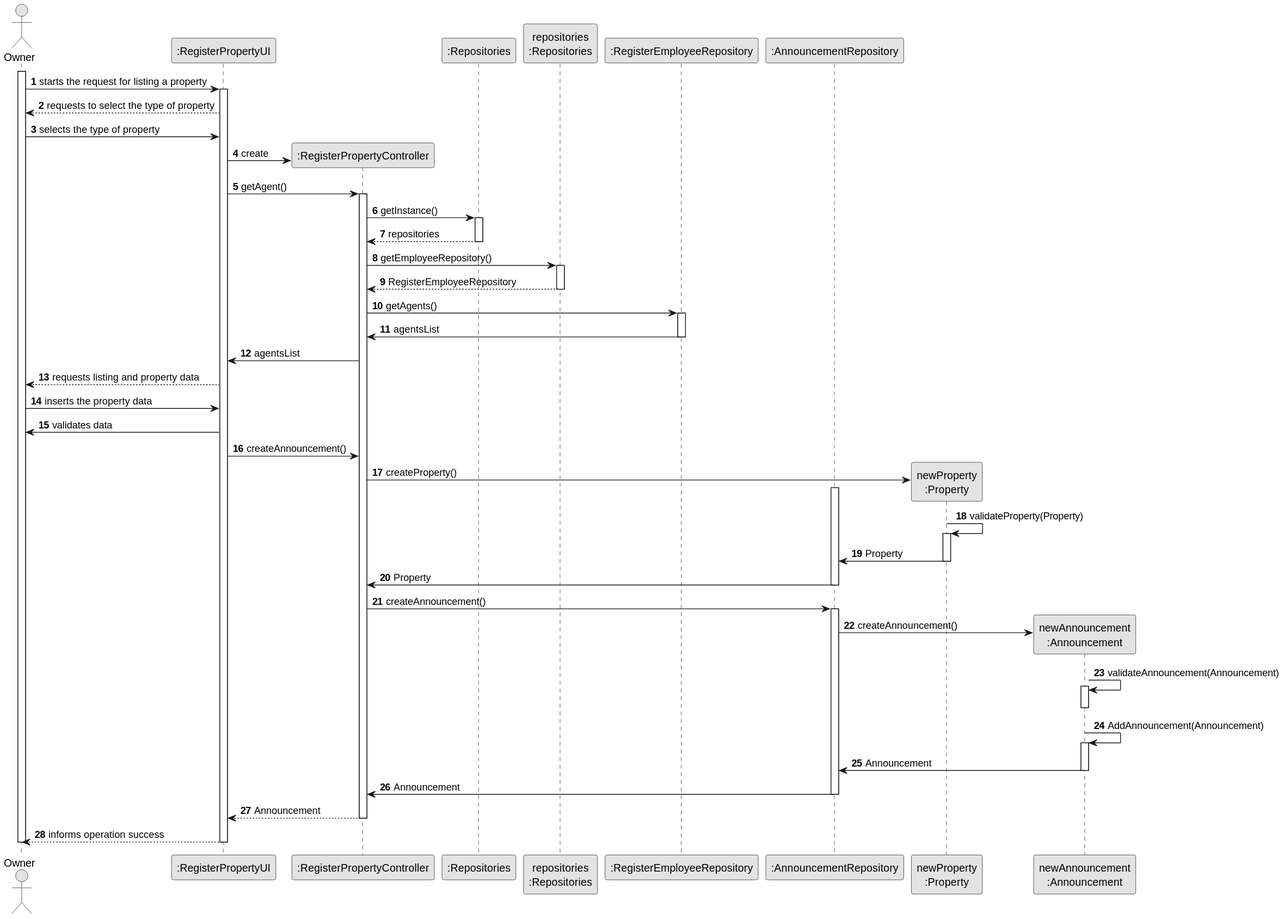
Above: docs/sprintB/US004/03.design/svg/US004-SD.svg in tiagohcorreia/LAPR2 (PlantUML), before the change.
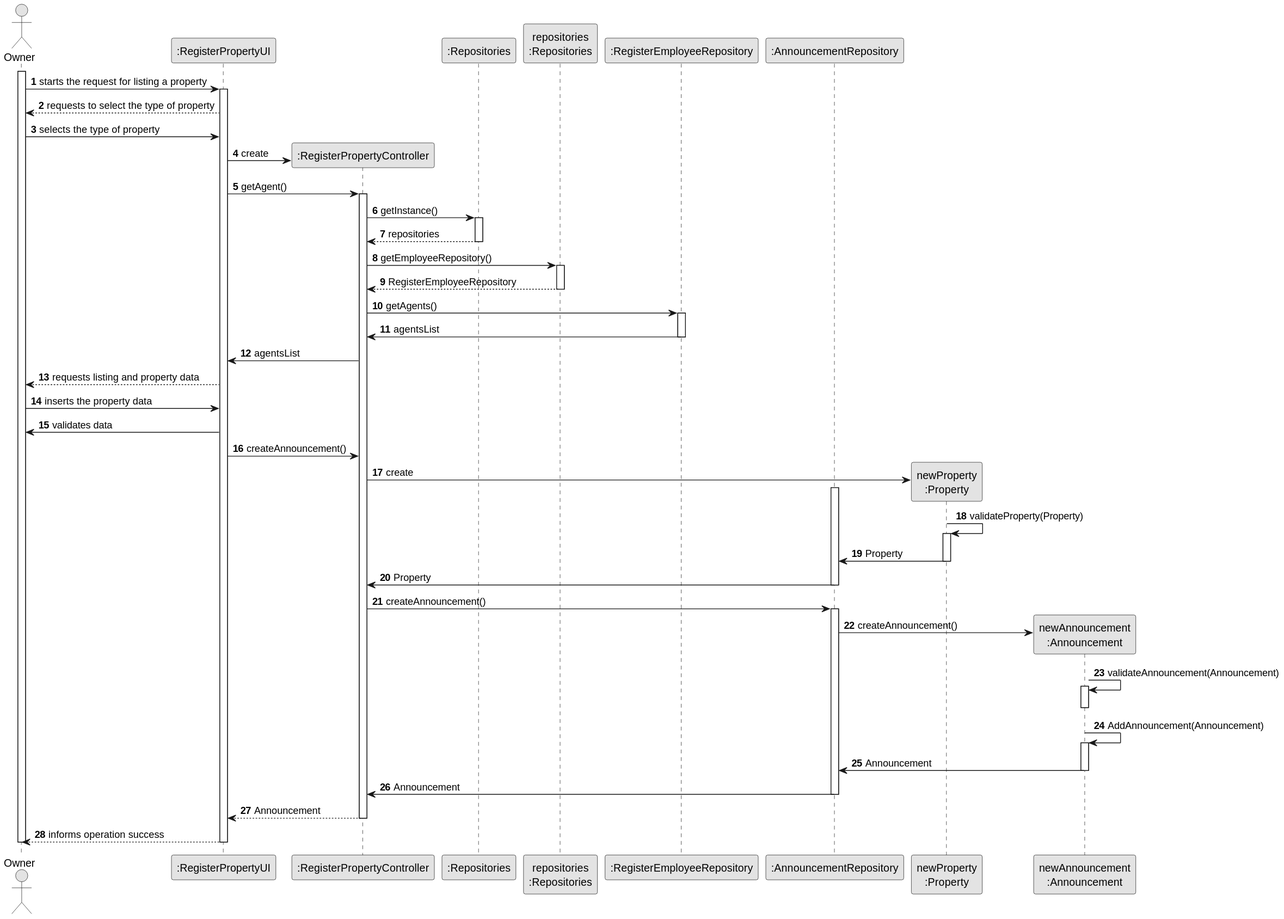
After the commit.

Diff of the diagram source:
```diff
@@ -55,7 +55,7 @@
         ui-> owner: validates data
 
         ui -> ctrl: createAnnouncement()
-        ctrl -> property**: createProperty()
+        ctrl -> property**: create
         activate repAnounc
         property -> property: validateProperty(Property)
         activate property
```
